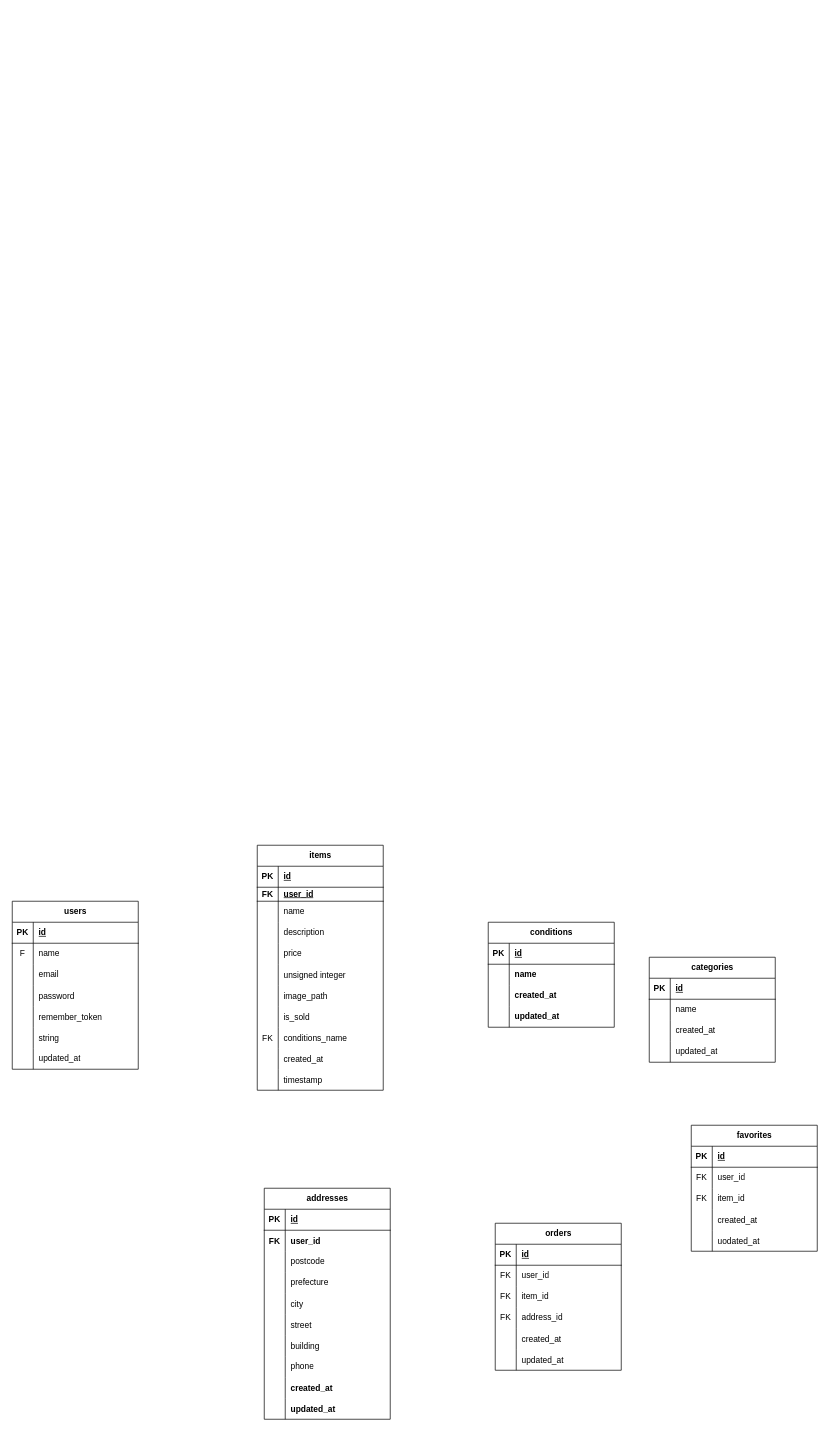
Before: src/er-diagram.drawio in KAE312/mogi1, a draw.io diagram. Source tidied: cells renumbered, new cells numbered last; positions are measured from the earlier drawing's top-left corner, leaving out a move shared by most shapes. Both pictures are drawn from the tidied source at 70%, with x=0, y=0 at pixel (12, 845).
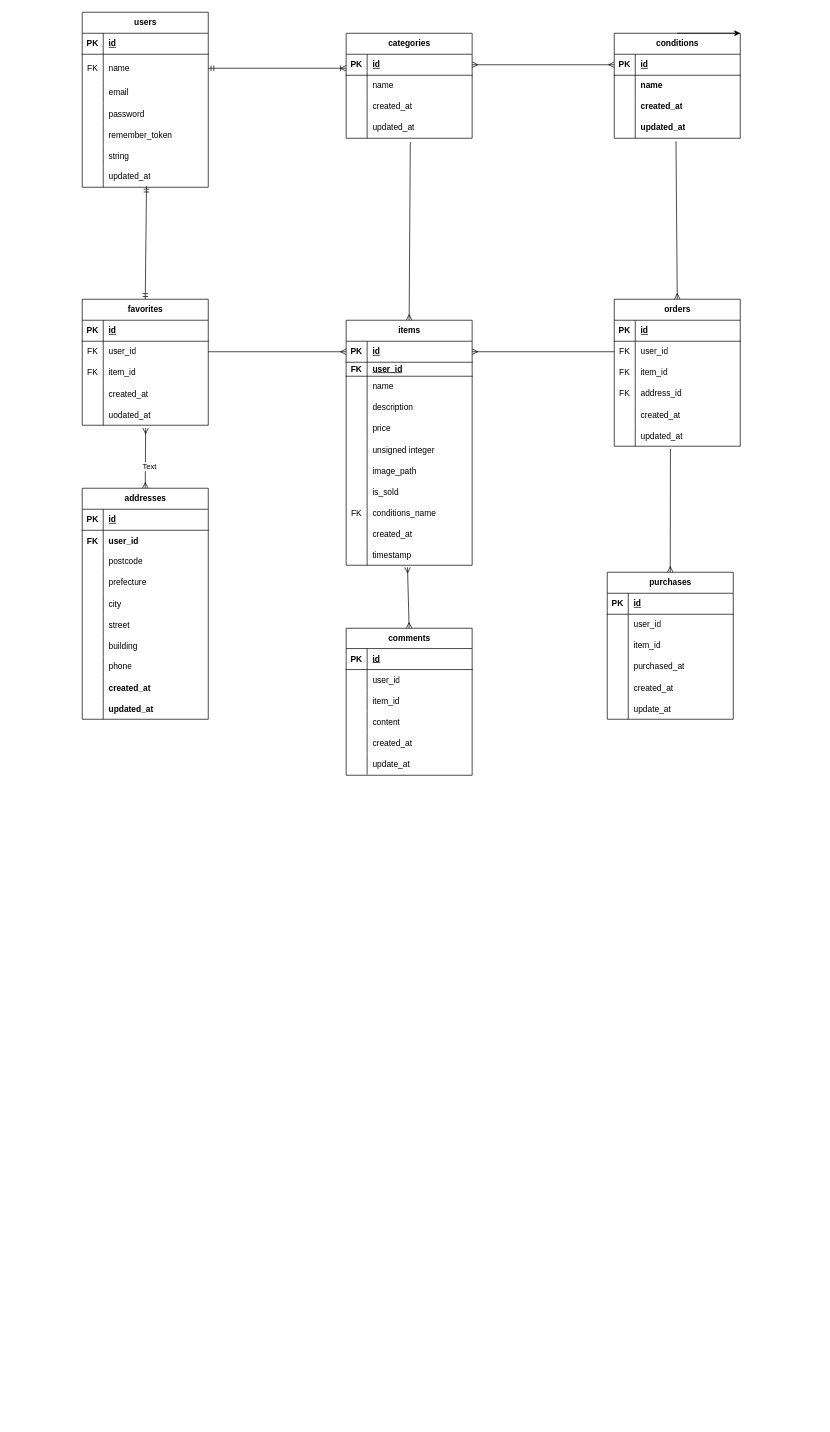
The same page after the edit.

The change refers to these unchanged cells:
```xml
<mxCell id="28" style="shape=tableRow;horizontal=0;startSize=0;swimlaneHead=0;swimlaneBody=0;fillColor=none;points=[[0,0.5],[1,0.5]];portConstraint=eastwest;top=0;left=0;right=0;bottom=0;" parent="24" vertex="1">
  <mxGeometry y="60" width="180" height="30" as="geometry" />
</mxCell>
<mxCell id="37" style="shape=tableRow;horizontal=0;startSize=0;swimlaneHead=0;swimlaneBody=0;fillColor=none;points=[[0,0.5],[1,0.5]];portConstraint=eastwest;top=0;left=0;right=0;bottom=0;" parent="24" vertex="1">
  <mxGeometry y="150" width="180" height="30" as="geometry" />
</mxCell>
<mxCell id="41" style="shape=tableRow;horizontal=0;startSize=0;swimlaneHead=0;swimlaneBody=0;fillColor=none;points=[[0,0.5],[1,0.5]];portConstraint=eastwest;top=0;left=0;right=0;bottom=1;" parent="40" vertex="1">
  <mxGeometry y="30" width="180" height="30" as="geometry" />
</mxCell>
<mxCell id="71" style="shape=tableRow;horizontal=0;startSize=0;swimlaneHead=0;swimlaneBody=0;fillColor=none;points=[[0,0.5],[1,0.5]];portConstraint=eastwest;top=0;left=0;right=0;bottom=0;" parent="40" vertex="1">
  <mxGeometry y="320" width="180" height="30" as="geometry" />
</mxCell>
<mxCell id="106" style="shape=tableRow;horizontal=0;startSize=0;swimlaneHead=0;swimlaneBody=0;fillColor=none;points=[[0,0.5],[1,0.5]];portConstraint=eastwest;top=0;left=0;right=0;bottom=1;" parent="105" vertex="1">
  <mxGeometry y="30" width="180" height="30" as="geometry" />
</mxCell>
<mxCell id="115" style="shape=tableRow;horizontal=0;startSize=0;swimlaneHead=0;swimlaneBody=0;fillColor=none;points=[[0,0.5],[1,0.5]];portConstraint=eastwest;top=0;left=0;right=0;bottom=0;" parent="105" vertex="1">
  <mxGeometry y="120" width="180" height="30" as="geometry" />
</mxCell>
<mxCell id="122" style="shape=tableRow;horizontal=0;startSize=0;swimlaneHead=0;swimlaneBody=0;fillColor=none;points=[[0,0.5],[1,0.5]];portConstraint=eastwest;top=0;left=0;right=0;bottom=0;" parent="118" vertex="1">
  <mxGeometry y="60" width="180" height="30" as="geometry" />
</mxCell>
<mxCell id="134" style="shape=tableRow;horizontal=0;startSize=0;swimlaneHead=0;swimlaneBody=0;fillColor=none;points=[[0,0.5],[1,0.5]];portConstraint=eastwest;top=0;left=0;right=0;bottom=0;strokeColor=default;align=center;verticalAlign=middle;fontFamily=Helvetica;fontSize=12;fontColor=default;fontStyle=1;" parent="118" vertex="1">
  <mxGeometry y="180" width="180" height="30" as="geometry" />
</mxCell>
<mxCell id="138" style="shape=tableRow;horizontal=0;startSize=0;swimlaneHead=0;swimlaneBody=0;fillColor=none;points=[[0,0.5],[1,0.5]];portConstraint=eastwest;top=0;left=0;right=0;bottom=1;strokeColor=default;align=center;verticalAlign=middle;fontFamily=Helvetica;fontSize=12;fontColor=default;fontStyle=1;" parent="137" vertex="1">
  <mxGeometry y="30" width="180" height="30" as="geometry" />
</mxCell>
<mxCell id="147" style="shape=tableRow;horizontal=0;startSize=0;swimlaneHead=0;swimlaneBody=0;fillColor=none;points=[[0,0.5],[1,0.5]];portConstraint=eastwest;top=0;left=0;right=0;bottom=0;strokeColor=default;align=center;verticalAlign=middle;fontFamily=Helvetica;fontSize=12;fontColor=default;fontStyle=1;" parent="137" vertex="1">
  <mxGeometry y="120" width="180" height="30" as="geometry" />
</mxCell>
```

Diff of the diagram source:
```diff
@@
     <mxCell id="2" value="users" style="shape=table;startSize=30;childLayout=tableLayout;rowLines=0;fontStyle=1;align=center;html=1;swimlaneFillColor=default;" parent="1" vertex="1">
-      <mxGeometry y="80" width="180" height="240" as="geometry" />
+      <mxGeometry x="100" y="-1190" width="180" height="250" as="geometry" />
     </mxCell>
@@
     <mxCell id="6" style="shape=tableRow;horizontal=0;startSize=0;swimlaneHead=0;swimlaneBody=0;fillColor=none;points=[[0,0.5],[1,0.5]];portConstraint=eastwest;top=0;left=0;right=0;bottom=0;" parent="2" vertex="1">
-      <mxGeometry y="60" width="180" height="30" as="geometry" />
+      <mxGeometry y="60" width="180" height="40" as="geometry" />
     </mxCell>
-    <mxCell id="7" value="F" style="shape=partialRectangle;fillColor=none;top=0;left=0;bottom=0;right=0;overflow=hidden;whiteSpace=wrap;html=1;" parent="6" vertex="1">
-      <mxGeometry width="30" height="30" as="geometry" />
+    <mxCell id="7" value="FK" style="shape=partialRectangle;fillColor=none;top=0;left=0;bottom=0;right=0;overflow=hidden;whiteSpace=wrap;html=1;" parent="6" vertex="1">
+      <mxGeometry width="30" height="40" as="geometry" />
     </mxCell>
     <mxCell id="8" value="name" style="shape=partialRectangle;fillColor=none;top=0;left=0;bottom=0;right=0;align=left;spacingLeft=6;overflow=hidden;whiteSpace=wrap;html=1;" parent="6" vertex="1">
-      <mxGeometry x="30" width="150" height="30" as="geometry" />
+      <mxGeometry x="30" width="150" height="40" as="geometry" />
     </mxCell>
     <mxCell id="9" style="shape=tableRow;horizontal=0;startSize=0;swimlaneHead=0;swimlaneBody=0;fillColor=none;top=0;left=0;right=0;bottom=0;" parent="2" vertex="1">
-      <mxGeometry y="90" width="180" height="30" as="geometry" />
+      <mxGeometry y="100" width="180" height="30" as="geometry" />
     </mxCell>
@@
     <mxCell id="12" style="shape=tableRow;horizontal=0;startSize=0;swimlaneHead=0;swimlaneBody=0;fillColor=none;top=0;left=0;right=0;bottom=0;" parent="2" vertex="1">
-      <mxGeometry y="120" width="180" height="30" as="geometry" />
+      <mxGeometry y="130" width="180" height="30" as="geometry" />
     </mxCell>
@@
     <mxCell id="15" style="shape=tableRow;horizontal=0;startSize=0;swimlaneHead=0;swimlaneBody=0;fillColor=none;top=0;left=0;right=0;bottom=0;" parent="2" vertex="1">
-      <mxGeometry y="150" width="180" height="30" as="geometry" />
+      <mxGeometry y="160" width="180" height="30" as="geometry" />
     </mxCell>
@@
     <mxCell id="18" style="shape=tableRow;horizontal=0;startSize=0;swimlaneHead=0;swimlaneBody=0;fillColor=none;top=0;left=0;right=0;bottom=0;" parent="2" vertex="1">
-      <mxGeometry y="180" width="180" height="30" as="geometry" />
+      <mxGeometry y="190" width="180" height="30" as="geometry" />
     </mxCell>
@@
     <mxCell id="21" style="shape=tableRow;horizontal=0;startSize=0;swimlaneHead=0;swimlaneBody=0;fillColor=none;points=[[0,0.5],[1,0.5]];portConstraint=eastwest;top=0;left=0;right=0;bottom=0;" parent="2" vertex="1">
-      <mxGeometry y="210" width="180" height="30" as="geometry" />
+      <mxGeometry y="220" width="180" height="30" as="geometry" />
     </mxCell>
@@
     <mxCell id="24" value="favorites" style="shape=table;startSize=30;childLayout=tableLayout;rowLines=0;fontStyle=1;align=center;html=1;strokeWidth=1;" parent="1" vertex="1">
-      <mxGeometry x="970" y="400" width="180" height="180" as="geometry" />
+      <mxGeometry x="100" y="-780" width="180" height="180" as="geometry" />
     </mxCell>
@@
     <mxCell id="40" value="items" style="shape=table;startSize=30;childLayout=tableLayout;rowLines=0;fontStyle=1;align=center;html=1;" parent="1" vertex="1">
-      <mxGeometry x="350" width="180" height="350" as="geometry" />
+      <mxGeometry x="477" y="-750" width="180" height="350" as="geometry" />
     </mxCell>
@@
     <mxCell id="74" value="addresses" style="shape=table;startSize=30;childLayout=tableLayout;rowLines=0;fontStyle=1;align=center;html=1;" parent="1" vertex="1">
-      <mxGeometry x="360" y="490" width="180" height="330" as="geometry" />
+      <mxGeometry x="100" y="-510" width="180" height="330" as="geometry" />
     </mxCell>
@@
     <mxCell id="105" value="categories" style="shape=table;startSize=30;childLayout=tableLayout;rowLines=0;fontStyle=1;align=center;html=1;" parent="1" vertex="1">
-      <mxGeometry x="910" y="160" width="180" height="150" as="geometry" />
+      <mxGeometry x="477" y="-1160" width="180" height="150" as="geometry" />
     </mxCell>
@@
     <mxCell id="118" value="orders" style="shape=table;startSize=30;childLayout=tableLayout;rowLines=0;fontStyle=1;align=center;html=1;" parent="1" vertex="1">
-      <mxGeometry x="690" y="540" width="180" height="210" as="geometry" />
+      <mxGeometry x="860" y="-780" width="180" height="210" as="geometry" />
     </mxCell>
@@
     <mxCell id="137" value="conditions" style="shape=table;startSize=30;childLayout=tableLayout;rowLines=0;fontStyle=1;align=center;html=1;strokeColor=default;verticalAlign=middle;fontFamily=Helvetica;fontSize=12;fontColor=default;fillColor=default;" parent="1" vertex="1">
-      <mxGeometry x="680" y="110" width="180" height="150" as="geometry" />
+      <mxGeometry x="860" y="-1160" width="180" height="150" as="geometry" />
     </mxCell>
@@
+    <mxCell id="150" value="purchases" style="shape=table;startSize=30;childLayout=tableLayout;rowLines=0;fontStyle=1;align=center;html=1;" parent="1" vertex="1">
+      <mxGeometry x="850" y="-390" width="180" height="210" as="geometry" />
+    </mxCell>
+    <mxCell id="151" style="shape=tableRow;horizontal=0;startSize=0;swimlaneHead=0;swimlaneBody=0;fillColor=none;top=0;left=0;right=0;bottom=1;" parent="150" vertex="1">
+      <mxGeometry y="30" width="180" height="30" as="geometry" />
+    </mxCell>
+    <mxCell id="152" value="PK" style="shape=partialRectangle;fillColor=none;top=0;left=0;bottom=0;right=0;fontStyle=1;overflow=hidden;whiteSpace=wrap;html=1;" parent="151" vertex="1">
+      <mxGeometry width="30" height="30" as="geometry" />
+    </mxCell>
+    <mxCell id="153" value="id" style="shape=partialRectangle;fillColor=none;top=0;left=0;bottom=0;right=0;align=left;spacingLeft=6;fontStyle=5;overflow=hidden;whiteSpace=wrap;html=1;" parent="151" vertex="1">
+      <mxGeometry x="30" width="150" height="30" as="geometry" />
+    </mxCell>
+    <mxCell id="154" style="shape=tableRow;horizontal=0;startSize=0;swimlaneHead=0;swimlaneBody=0;fillColor=none;top=0;left=0;right=0;bottom=0;" parent="150" vertex="1">
+      <mxGeometry y="60" width="180" height="30" as="geometry" />
+    </mxCell>
+    <mxCell id="155" style="shape=partialRectangle;fillColor=none;top=0;left=0;bottom=0;right=0;overflow=hidden;whiteSpace=wrap;html=1;" parent="154" vertex="1">
+      <mxGeometry width="30" height="30" as="geometry" />
+    </mxCell>
+    <mxCell id="156" value="user_id" style="shape=partialRectangle;fillColor=none;top=0;left=0;bottom=0;right=0;align=left;spacingLeft=6;overflow=hidden;whiteSpace=wrap;html=1;" parent="154" vertex="1">
+      <mxGeometry x="30" width="150" height="30" as="geometry" />
+    </mxCell>
+    <mxCell id="157" style="shape=tableRow;horizontal=0;startSize=0;swimlaneHead=0;swimlaneBody=0;fillColor=none;top=0;left=0;right=0;bottom=0;" parent="150" vertex="1">
+      <mxGeometry y="90" width="180" height="30" as="geometry" />
+    </mxCell>
+    <mxCell id="158" style="shape=partialRectangle;fillColor=none;top=0;left=0;bottom=0;right=0;overflow=hidden;whiteSpace=wrap;html=1;" parent="157" vertex="1">
+      <mxGeometry width="30" height="30" as="geometry" />
+    </mxCell>
+    <mxCell id="159" value="item_id" style="shape=partialRectangle;fillColor=none;top=0;left=0;bottom=0;right=0;align=left;spacingLeft=6;overflow=hidden;whiteSpace=wrap;html=1;" parent="157" vertex="1">
+      <mxGeometry x="30" width="150" height="30" as="geometry" />
+    </mxCell>
+    <mxCell id="160" style="shape=tableRow;horizontal=0;startSize=0;swimlaneHead=0;swimlaneBody=0;fillColor=none;top=0;left=0;right=0;bottom=0;" parent="150" vertex="1">
+      <mxGeometry y="120" width="180" height="30" as="geometry" />
+    </mxCell>
+    <mxCell id="161" style="shape=partialRectangle;fillColor=none;top=0;left=0;bottom=0;right=0;overflow=hidden;whiteSpace=wrap;html=1;" parent="160" vertex="1">
+      <mxGeometry width="30" height="30" as="geometry" />
+    </mxCell>
+    <mxCell id="162" value="purchased_at" style="shape=partialRectangle;fillColor=none;top=0;left=0;bottom=0;right=0;align=left;spacingLeft=6;overflow=hidden;whiteSpace=wrap;html=1;" parent="160" vertex="1">
+      <mxGeometry x="30" width="150" height="30" as="geometry" />
+    </mxCell>
+    <mxCell id="163" style="shape=tableRow;horizontal=0;startSize=0;swimlaneHead=0;swimlaneBody=0;fillColor=none;top=0;left=0;right=0;bottom=0;" parent="150" vertex="1">
+      <mxGeometry y="150" width="180" height="30" as="geometry" />
+    </mxCell>
+    <mxCell id="164" style="shape=partialRectangle;fillColor=none;top=0;left=0;bottom=0;right=0;overflow=hidden;" parent="163" vertex="1">
+      <mxGeometry width="30" height="30" as="geometry" />
+    </mxCell>
+    <mxCell id="165" value="created_at" style="shape=partialRectangle;fillColor=none;top=0;left=0;bottom=0;right=0;align=left;spacingLeft=6;overflow=hidden;" parent="163" vertex="1">
+      <mxGeometry x="30" width="150" height="30" as="geometry" />
+    </mxCell>
+    <mxCell id="166" style="shape=tableRow;horizontal=0;startSize=0;swimlaneHead=0;swimlaneBody=0;fillColor=none;top=0;left=0;right=0;bottom=0;" parent="150" vertex="1">
+      <mxGeometry y="180" width="180" height="30" as="geometry" />
+    </mxCell>
+    <mxCell id="167" style="shape=partialRectangle;fillColor=none;top=0;left=0;bottom=0;right=0;overflow=hidden;" parent="166" vertex="1">
+      <mxGeometry width="30" height="30" as="geometry" />
+    </mxCell>
+    <mxCell id="168" value="update_at" style="shape=partialRectangle;fillColor=none;top=0;left=0;bottom=0;right=0;align=left;spacingLeft=6;overflow=hidden;" parent="166" vertex="1">
+      <mxGeometry x="30" width="150" height="30" as="geometry" />
+    </mxCell>
+    <mxCell id="169" value="comments" style="shape=table;startSize=29;childLayout=tableLayout;rowLines=0;fontStyle=1;align=center;html=1;" parent="1" vertex="1">
+      <mxGeometry x="477" y="-310" width="180" height="210" as="geometry" />
+    </mxCell>
+    <mxCell id="170" style="shape=tableRow;horizontal=0;startSize=0;swimlaneHead=0;swimlaneBody=0;fillColor=none;top=0;left=0;right=0;bottom=1;" parent="169" vertex="1">
+      <mxGeometry y="29" width="180" height="30" as="geometry" />
+    </mxCell>
+    <mxCell id="171" value="PK" style="shape=partialRectangle;fillColor=none;top=0;left=0;bottom=0;right=0;fontStyle=1;overflow=hidden;whiteSpace=wrap;html=1;" parent="170" vertex="1">
+      <mxGeometry width="30" height="30" as="geometry" />
+    </mxCell>
+    <mxCell id="172" value="id" style="shape=partialRectangle;fillColor=none;top=0;left=0;bottom=0;right=0;align=left;spacingLeft=6;fontStyle=5;overflow=hidden;whiteSpace=wrap;html=1;" parent="170" vertex="1">
+      <mxGeometry x="30" width="150" height="30" as="geometry" />
+    </mxCell>
+    <mxCell id="173" style="shape=tableRow;horizontal=0;startSize=0;swimlaneHead=0;swimlaneBody=0;fillColor=none;top=0;left=0;right=0;bottom=0;" parent="169" vertex="1">
+      <mxGeometry y="59" width="180" height="30" as="geometry" />
+    </mxCell>
+    <mxCell id="174" style="shape=partialRectangle;fillColor=none;top=0;left=0;bottom=0;right=0;overflow=hidden;whiteSpace=wrap;html=1;" parent="173" vertex="1">
+      <mxGeometry width="30" height="30" as="geometry" />
+    </mxCell>
+    <mxCell id="175" value="user_id" style="shape=partialRectangle;fillColor=none;top=0;left=0;bottom=0;right=0;align=left;spacingLeft=6;overflow=hidden;whiteSpace=wrap;html=1;" parent="173" vertex="1">
+      <mxGeometry x="30" width="150" height="30" as="geometry" />
+    </mxCell>
+    <mxCell id="176" style="shape=tableRow;horizontal=0;startSize=0;swimlaneHead=0;swimlaneBody=0;fillColor=none;top=0;left=0;right=0;bottom=0;" parent="169" vertex="1">
+      <mxGeometry y="89" width="180" height="30" as="geometry" />
+    </mxCell>
+    <mxCell id="177" style="shape=partialRectangle;fillColor=none;top=0;left=0;bottom=0;right=0;overflow=hidden;whiteSpace=wrap;html=1;" parent="176" vertex="1">
+      <mxGeometry width="30" height="30" as="geometry" />
+    </mxCell>
+    <mxCell id="178" value="item_id" style="shape=partialRectangle;fillColor=none;top=0;left=0;bottom=0;right=0;align=left;spacingLeft=6;overflow=hidden;whiteSpace=wrap;html=1;" parent="176" vertex="1">
+      <mxGeometry x="30" width="150" height="30" as="geometry" />
+    </mxCell>
+    <mxCell id="179" style="shape=tableRow;horizontal=0;startSize=0;swimlaneHead=0;swimlaneBody=0;fillColor=none;top=0;left=0;right=0;bottom=0;" parent="169" vertex="1">
+      <mxGeometry y="119" width="180" height="30" as="geometry" />
+    </mxCell>
+    <mxCell id="180" style="shape=partialRectangle;fillColor=none;top=0;left=0;bottom=0;right=0;overflow=hidden;whiteSpace=wrap;html=1;" parent="179" vertex="1">
+      <mxGeometry width="30" height="30" as="geometry" />
+    </mxCell>
+    <mxCell id="181" value="content" style="shape=partialRectangle;fillColor=none;top=0;left=0;bottom=0;right=0;align=left;spacingLeft=6;overflow=hidden;whiteSpace=wrap;html=1;" parent="179" vertex="1">
+      <mxGeometry x="30" width="150" height="30" as="geometry" />
+    </mxCell>
+    <mxCell id="182" style="shape=tableRow;horizontal=0;startSize=0;swimlaneHead=0;swimlaneBody=0;fillColor=none;top=0;left=0;right=0;bottom=0;" parent="169" vertex="1">
+      <mxGeometry y="149" width="180" height="30" as="geometry" />
+    </mxCell>
+    <mxCell id="183" style="shape=partialRectangle;fillColor=none;top=0;left=0;bottom=0;right=0;overflow=hidden;" parent="182" vertex="1">
+      <mxGeometry width="30" height="30" as="geometry" />
+    </mxCell>
+    <mxCell id="184" value="created_at" style="shape=partialRectangle;fillColor=none;top=0;left=0;bottom=0;right=0;align=left;spacingLeft=6;overflow=hidden;" parent="182" vertex="1">
+      <mxGeometry x="30" width="150" height="30" as="geometry" />
+    </mxCell>
+    <mxCell id="185" style="shape=tableRow;horizontal=0;startSize=0;swimlaneHead=0;swimlaneBody=0;fillColor=none;top=0;left=0;right=0;bottom=0;" parent="169" vertex="1">
+      <mxGeometry y="179" width="180" height="30" as="geometry" />
+    </mxCell>
+    <mxCell id="186" style="shape=partialRectangle;fillColor=none;top=0;left=0;bottom=0;right=0;overflow=hidden;" parent="185" vertex="1">
+      <mxGeometry width="30" height="30" as="geometry" />
+    </mxCell>
+    <mxCell id="187" value="update_at" style="shape=partialRectangle;fillColor=none;top=0;left=0;bottom=0;right=0;align=left;spacingLeft=6;overflow=hidden;" parent="185" vertex="1">
+      <mxGeometry x="30" width="150" height="30" as="geometry" />
+    </mxCell>
+    <mxCell id="188" style="edgeStyle=none;html=1;exitX=0.5;exitY=0;exitDx=0;exitDy=0;entryX=1;entryY=0;entryDx=0;entryDy=0;" parent="1" edge="1" source="137" target="137">
+      <mxGeometry relative="1" as="geometry" />
+    </mxCell>
+    <mxCell id="189" style="fontSize=12;html=1;endArrow=ERoneToMany;startArrow=ERmandOne;exitX=1;exitY=0.5;exitDx=0;exitDy=0;" parent="1" edge="1" source="6">
+      <mxGeometry relative="1" as="geometry">
+        <mxPoint x="477" y="-1110" as="targetPoint" />
+      </mxGeometry>
+    </mxCell>
+    <mxCell id="190" style="fontSize=12;html=1;endArrow=ERmandOne;startArrow=ERmandOne;entryX=0.51;entryY=0.959;entryDx=0;entryDy=0;entryPerimeter=0;exitX=0.5;exitY=0;exitDx=0;exitDy=0;" parent="1" edge="1" source="24" target="21">
+      <mxGeometry relative="1" as="geometry" />
+    </mxCell>
+    <mxCell id="191" style="fontSize=12;html=1;endArrow=ERmany;startArrow=ERmany;exitX=0.5;exitY=0;exitDx=0;exitDy=0;entryX=0.503;entryY=1.132;entryDx=0;entryDy=0;entryPerimeter=0;" parent="1" edge="1" source="74" target="37">
+      <mxGeometry relative="1" as="geometry" />
+    </mxCell>
+    <mxCell id="192" value="Text" style="edgeLabel;html=1;align=center;verticalAlign=middle;" parent="191" vertex="1">
+      <mxGeometry x="-0.26" y="-5" relative="1" as="geometry" />
+    </mxCell>
+    <mxCell id="193" style="fontSize=12;html=1;endArrow=ERmany;exitX=1;exitY=0.5;exitDx=0;exitDy=0;entryX=0;entryY=0.5;entryDx=0;entryDy=0;" parent="1" edge="1" source="28" target="41">
+      <mxGeometry relative="1" as="geometry" />
+    </mxCell>
+    <mxCell id="194" style="fontSize=12;html=1;endArrow=ERmany;exitX=0.509;exitY=1.184;exitDx=0;exitDy=0;exitPerimeter=0;entryX=0.5;entryY=0;entryDx=0;entryDy=0;" parent="1" edge="1" source="115" target="40">
+      <mxGeometry relative="1" as="geometry" />
+    </mxCell>
+    <mxCell id="195" style="fontSize=12;html=1;endArrow=ERmany;startArrow=ERmany;entryX=0.487;entryY=1.096;entryDx=0;entryDy=0;entryPerimeter=0;exitX=0.5;exitY=0;exitDx=0;exitDy=0;" parent="1" edge="1" source="169" target="71">
+      <mxGeometry relative="1" as="geometry" />
+    </mxCell>
+    <mxCell id="196" style="fontSize=12;html=1;endArrow=ERmany;entryX=1;entryY=0.5;entryDx=0;entryDy=0;exitX=0;exitY=0.5;exitDx=0;exitDy=0;" parent="1" edge="1" source="122" target="41">
+      <mxGeometry relative="1" as="geometry" />
+    </mxCell>
+    <mxCell id="197" style="fontSize=12;html=1;endArrow=ERmany;startArrow=ERmany;exitX=1;exitY=0.5;exitDx=0;exitDy=0;entryX=0;entryY=0.5;entryDx=0;entryDy=0;" parent="1" edge="1" source="106" target="138">
+      <mxGeometry relative="1" as="geometry" />
+    </mxCell>
+    <mxCell id="198" style="fontSize=12;html=1;endArrow=ERmany;entryX=0.5;entryY=0;entryDx=0;entryDy=0;exitX=0.446;exitY=1.124;exitDx=0;exitDy=0;exitPerimeter=0;" parent="1" edge="1" source="134" target="150">
+      <mxGeometry relative="1" as="geometry" />
+    </mxCell>
+    <mxCell id="199" style="fontSize=12;html=1;endArrow=ERmany;exitX=0.49;exitY=1.14;exitDx=0;exitDy=0;exitPerimeter=0;entryX=0.5;entryY=0;entryDx=0;entryDy=0;" parent="1" edge="1" source="147" target="118">
+      <mxGeometry relative="1" as="geometry" />
+    </mxCell>
```
